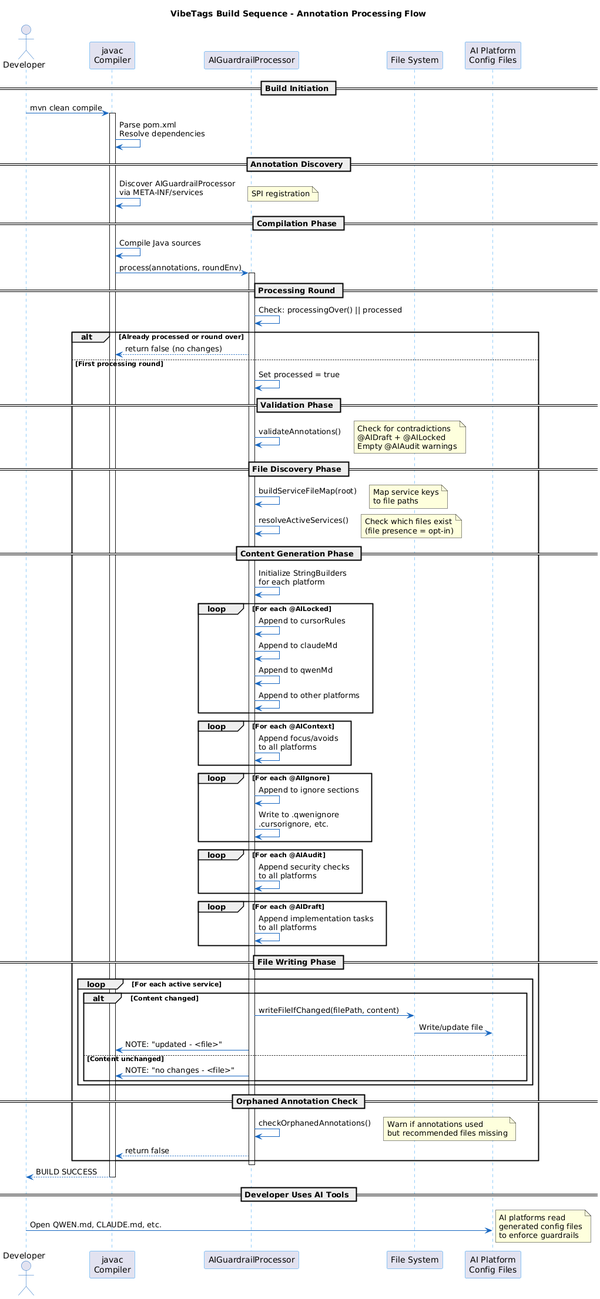
Earlier version of the PlantUML export docs/diagrams/build-sequence.png (PIsberg/vibetags).
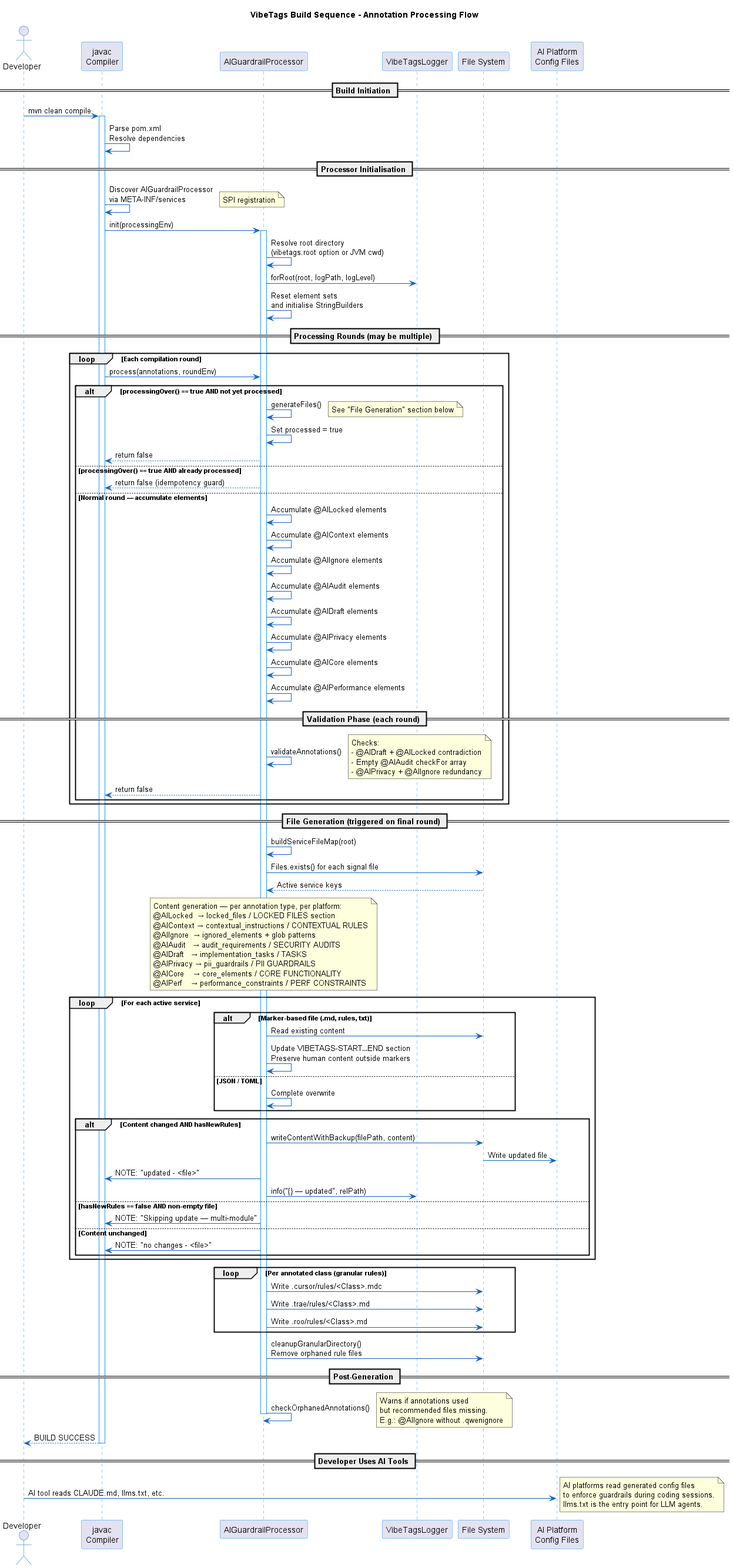
After the commit.

What changed in the source:
```diff
@@ -13,6 +13,7 @@
 actor Developer
 participant "javac\nCompiler" as Compiler
 participant "AIGuardrailProcessor" as Processor
+participant "VibeTagsLogger" as Logger
 participant "File System" as FS
 participant "AI Platform\nConfig Files" as AIFiles
 
@@ -21,82 +22,112 @@
 activate Compiler
 Compiler -> Compiler: Parse pom.xml\nResolve dependencies
 
-== Annotation Discovery ==
+== Processor Initialisation ==
 Compiler -> Compiler: Discover AIGuardrailProcessor\nvia META-INF/services
 note right: SPI registration
 
-== Compilation Phase ==
-Compiler -> Compiler: Compile Java sources
-Compiler -> Processor: process(annotations, roundEnv)
+Compiler -> Processor: init(processingEnv)
 activate Processor
+Processor -> Processor: Resolve root directory\n(vibetags.root option or JVM cwd)
+Processor -> Logger: forRoot(root, logPath, logLevel)
+Processor -> Processor: Reset element sets\nand initialise StringBuilders
 
-== Processing Round ==
-Processor -> Processor: Check: processingOver() || processed
-alt Already processed or round over
-    Processor --> Compiler: return false (no changes)
-else First processing round
-    Processor -> Processor: Set processed = true
+== Processing Rounds (may be multiple) ==
+loop Each compilation round
+    Compiler -> Processor: process(annotations, roundEnv)
 
-    == Validation Phase ==
-    Processor -> Processor: validateAnnotations()
-    note right: Check for contradictions\n@AIDraft + @AILocked\nEmpty @AIAudit warnings
+    alt processingOver() == true AND not yet processed
+        Processor -> Processor: generateFiles()
+        note right: See "File Generation" section below
+        Processor -> Processor: Set processed = true
+        Processor --> Compiler: return false
+    else processingOver() == true AND already processed
+        Processor --> Compiler: return false (idempotency guard)
+    else Normal round — accumulate elements
+        Processor -> Processor: Accumulate @AILocked elements
+        Processor -> Processor: Accumulate @AIContext elements
+        Processor -> Processor: Accumulate @AIIgnore elements
+        Processor -> Processor: Accumulate @AIAudit elements
+        Processor -> Processor: Accumulate @AIDraft elements
+        Processor -> Processor: Accumulate @AIPrivacy elements
+        Processor -> Processor: Accumulate @AICore elements
+        Processor -> Processor: Accumulate @AIPerformance elements
 
-    == File Discovery Phase ==
-    Processor -> Processor: buildServiceFileMap(root)
-    note right: Map service keys\nto file paths
-    Processor -> Processor: resolveActiveServices()
-    note right: Check which files exist\n(file presence = opt-in)
+        == Validation Phase (each round) ==
+        Processor -> Processor: validateAnnotations()
+        note right
+            Checks:
+            - @AIDraft + @AILocked contradiction
+            - Empty @AIAudit checkFor array
+            - @AIPrivacy + @AIIgnore redundancy
+        end note
+        Processor --> Compiler: return false
+    end
+end
 
-    == Content Generation Phase ==
-    Processor -> Processor: Initialize StringBuilders\nfor each platform
+== File Generation (triggered on final round) ==
+Processor -> Processor: buildServiceFileMap(root)
+Processor -> FS: Files.exists() for each signal file
+FS --> Processor: Active service keys
 
-    loop For each @AILocked
-        Processor -> Processor: Append to cursorRules
-        Processor -> Processor: Append to claudeMd
-        Processor -> Processor: Append to qwenMd
-        Processor -> Processor: Append to other platforms
+note over Processor
+  Content generation — per annotation type, per platform:
+  @AILocked  → locked_files / LOCKED FILES section
+  @AIContext → contextual_instructions / CONTEXTUAL RULES
+  @AIIgnore  → ignored_elements + glob patterns
+  @AIAudit   → audit_requirements / SECURITY AUDITS
+  @AIDraft   → implementation_tasks / TASKS
+  @AIPrivacy → pii_guardrails / PII GUARDRAILS
+  @AICore    → core_elements / CORE FUNCTIONALITY
+  @AIPerf    → performance_constraints / PERF CONSTRAINTS
+end note
+
+loop For each active service
+    alt Marker-based file (.md, rules, txt)
+        Processor -> FS: Read existing content
+        Processor -> Processor: Update VIBETAGS-START…END section\nPreserve human content outside markers
+    else JSON / TOML
+        Processor -> Processor: Complete overwrite
     end
 
-    loop For each @AIContext
-        Processor -> Processor: Append focus/avoids\nto all platforms
+    alt Content changed AND hasNewRules
+        Processor -> FS: writeContentWithBackup(filePath, content)
+        FS -> AIFiles: Write updated file
+        Processor -> Compiler: NOTE: "updated - <file>"
+        Processor -> Logger: info("{} — updated", relPath)
+    else hasNewRules == false AND non-empty file
+        Processor -> Compiler: NOTE: "Skipping update — multi-module"
+    else Content unchanged
+        Processor -> Compiler: NOTE: "no changes - <file>"
     end
+end
 
-    loop For each @AIIgnore
-        Processor -> Processor: Append to ignore sections
-        Processor -> Processor: Write to .qwenignore\n.cursorignore, etc.
-    end
+loop Per annotated class (granular rules)
+    Processor -> FS: Write .cursor/rules/<Class>.mdc
+    Processor -> FS: Write .trae/rules/<Class>.md
+    Processor -> FS: Write .roo/rules/<Class>.md
+end
 
-    loop For each @AIAudit
-        Processor -> Processor: Append security checks\nto all platforms
-    end
+Processor -> FS: cleanupGranularDirectory()\nRemove orphaned rule files
 
-    loop For each @AIDraft
-        Processor -> Processor: Append implementation tasks\nto all platforms
-    end
-
-    == File Writing Phase ==
-    loop For each active service
-        alt Content changed
-            Processor -> FS: writeFileIfChanged(filePath, content)
-            FS -> AIFiles: Write/update file
-            Processor -> Compiler: NOTE: "updated - <file>"
-        else Content unchanged
-            Processor -> Compiler: NOTE: "no changes - <file>"
-        end
-    end
-
-    == Orphaned Annotation Check ==
-    Processor -> Processor: checkOrphanedAnnotations()
-    note right: Warn if annotations used\nbut recommended files missing
-
-    Processor --> Compiler: return false
-end
+== Post-Generation ==
+Processor -> Processor: checkOrphanedAnnotations()
+note right
+    Warns if annotations used
+    but recommended files missing.
+    E.g.: @AIIgnore without .qwenignore
+end note
 
 deactivate Processor
 Compiler --> Developer: BUILD SUCCESS
 deactivate Compiler
 
 == Developer Uses AI Tools ==
-Developer -> AIFiles: Open QWEN.md, CLAUDE.md, etc.
-note right: AI platforms read\ngenerated config files\nto enforce guardrails
+Developer -> AIFiles: AI tool reads CLAUDE.md, llms.txt, etc.
+note right
+    AI platforms read generated config files
+    to enforce guardrails during coding sessions.
+    llms.txt is the entry point for LLM agents.
+end note
+
 @enduml
```
